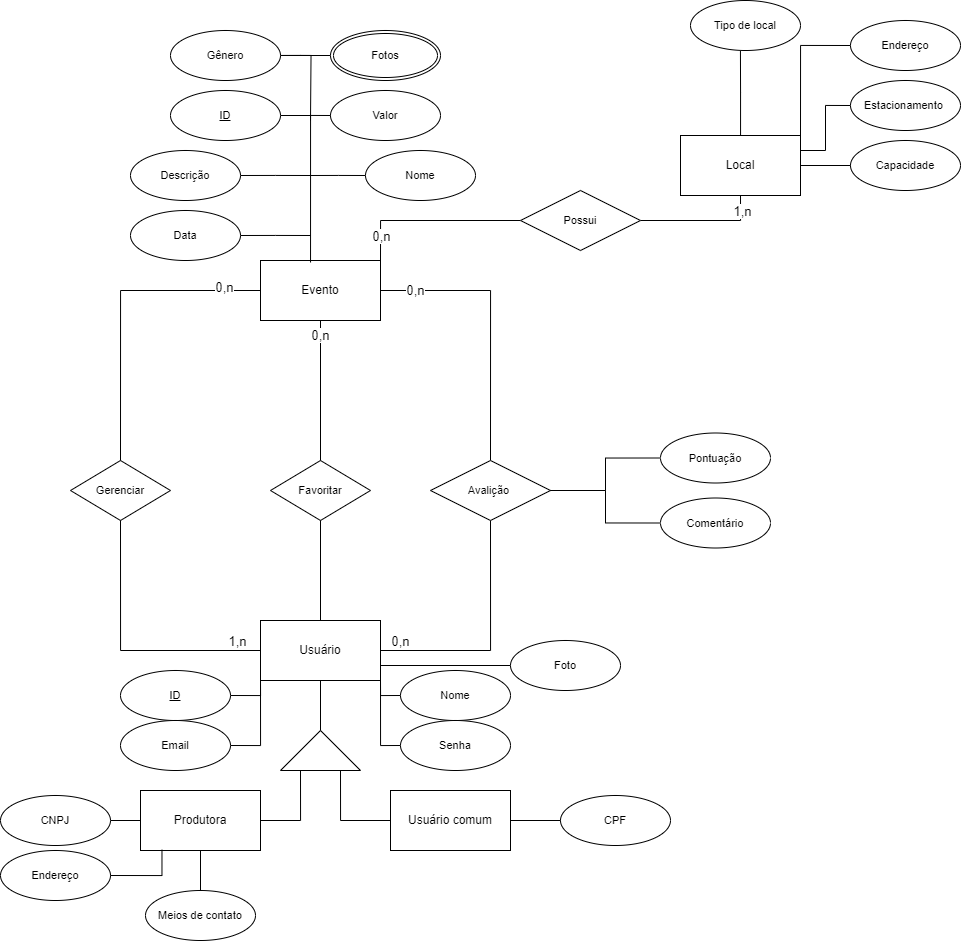
Above: doc/der/Diagrama_entidade-relacionamento.png in gigigabytes/vumbora_ (draw.io), before the change. Source tidied: cells renumbered, new cells last; positions are measured from the earlier drawing's top-left corner, leaving out a move shared by most shapes.
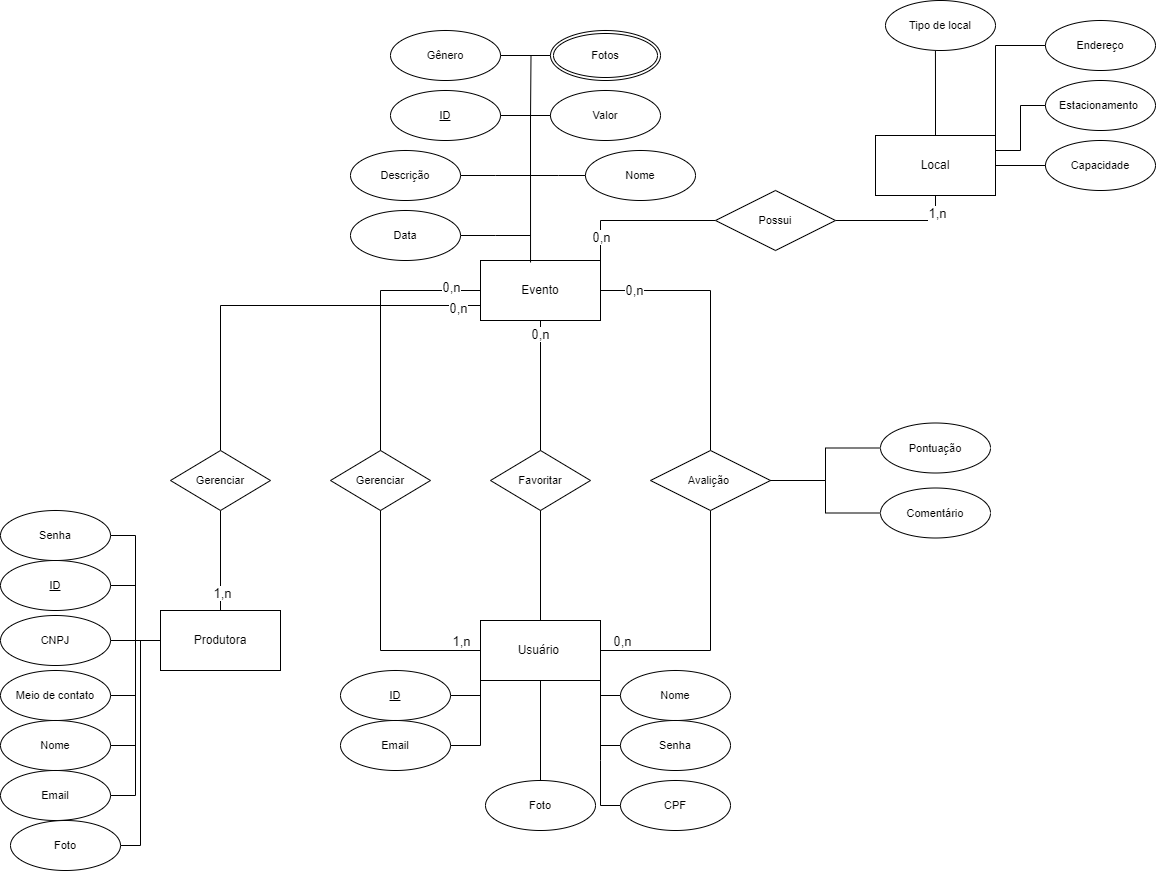
After the commit.

Change to the diagram source:
```diff
@@ -5,3 +5,3 @@
     <mxCell id="2" value="Gerenciar" style="rhombus;whiteSpace=wrap;html=1;fontFamily=Helvetica;fontSize=11;fontColor=default;" parent="1" vertex="1">
-      <mxGeometry x="70" y="460" width="100" height="60" as="geometry" />
+      <mxGeometry x="110" y="450" width="100" height="60" as="geometry" />
     </mxCell>
@@ -11,22 +11,4 @@
     <mxCell id="4" value="Favoritar" style="rhombus;whiteSpace=wrap;html=1;fontFamily=Helvetica;fontSize=11;fontColor=default;" parent="1" vertex="1">
-      <mxGeometry x="270" y="460" width="100" height="60" as="geometry" />
+      <mxGeometry x="270" y="450" width="100" height="60" as="geometry" />
     </mxCell>
-    <mxCell id="5" value="Produtora" style="rounded=0;whiteSpace=wrap;html=1;" parent="1" vertex="1">
-      <mxGeometry x="140" y="790" width="120" height="60" as="geometry" />
-    </mxCell>
-    <mxCell id="6" style="edgeStyle=orthogonalEdgeStyle;shape=connector;rounded=0;jettySize=auto;html=1;exitX=0;exitY=0.5;exitDx=0;exitDy=0;entryX=0;entryY=0.75;entryDx=0;entryDy=0;labelBackgroundColor=default;strokeColor=default;align=center;verticalAlign=middle;fontFamily=Helvetica;fontSize=11;fontColor=default;endArrow=none;endFill=0;" parent="1" edge="1" source="7" target="9">
-      <mxGeometry relative="1" as="geometry" />
-    </mxCell>
-    <mxCell id="7" value="Usuário comum" style="rounded=0;whiteSpace=wrap;html=1;" parent="1" vertex="1">
-      <mxGeometry x="390" y="790" width="120" height="60" as="geometry" />
-    </mxCell>
-    <mxCell id="8" style="edgeStyle=orthogonalEdgeStyle;shape=connector;rounded=0;jettySize=auto;html=1;exitX=0;exitY=0.25;exitDx=0;exitDy=0;entryX=1;entryY=0.5;entryDx=0;entryDy=0;labelBackgroundColor=default;strokeColor=default;align=center;verticalAlign=middle;fontFamily=Helvetica;fontSize=11;fontColor=default;endArrow=none;endFill=0;" parent="1" edge="1" source="9" target="5">
-      <mxGeometry relative="1" as="geometry" />
-    </mxCell>
-    <mxCell id="9" style="triangle;whiteSpace=wrap;html=1;fontFamily=Helvetica;fontSize=11;fontColor=default;rotation=-90;" parent="1" vertex="1">
-      <mxGeometry x="300" y="710" width="40" height="80" as="geometry" />
-    </mxCell>
-    <mxCell id="10" style="edgeStyle=orthogonalEdgeStyle;shape=connector;rounded=0;jettySize=auto;html=1;entryX=1;entryY=0.5;entryDx=0;entryDy=0;labelBackgroundColor=default;strokeColor=default;align=center;verticalAlign=middle;fontFamily=Helvetica;fontSize=11;fontColor=default;endArrow=none;endFill=0;" parent="1" edge="1" source="15" target="9">
-      <mxGeometry relative="1" as="geometry" />
-    </mxCell>
     <mxCell id="11" style="edgeStyle=orthogonalEdgeStyle;shape=connector;rounded=0;jettySize=auto;html=1;exitX=1;exitY=0.5;exitDx=0;exitDy=0;entryX=0.5;entryY=1;entryDx=0;entryDy=0;labelBackgroundColor=default;strokeColor=default;align=center;verticalAlign=middle;fontFamily=Helvetica;fontSize=11;fontColor=default;endArrow=none;endFill=0;" parent="1" edge="1" source="15" target="46">
@@ -47,3 +29,3 @@
     </mxCell>
-    <mxCell id="15" value="Usuário" style="rounded=0;whiteSpace=wrap;html=1;" parent="1" vertex="1">
+    <mxCell id="15" value="Usuário&amp;nbsp;" style="rounded=0;whiteSpace=wrap;html=1;" parent="1" vertex="1">
       <mxGeometry x="260" y="620" width="120" height="60" as="geometry" />
@@ -76,2 +58,8 @@
     </mxCell>
+    <mxCell id="75" style="edgeStyle=orthogonalEdgeStyle;shape=connector;rounded=0;jettySize=auto;html=1;exitX=0;exitY=0.75;exitDx=0;exitDy=0;entryX=0.5;entryY=0;entryDx=0;entryDy=0;labelBackgroundColor=default;strokeColor=default;align=center;verticalAlign=middle;fontFamily=Helvetica;fontSize=11;fontColor=default;endArrow=none;endFill=0;" parent="1" edge="1" source="24" target="91">
+      <mxGeometry relative="1" as="geometry" />
+    </mxCell>
+    <mxCell id="76" value="&lt;font style=&quot;font-size: 13px;&quot;&gt;0,n&lt;/font&gt;" style="edgeLabel;html=1;align=center;verticalAlign=middle;fontSize=11;fontFamily=Helvetica;fontColor=default;" parent="75" vertex="1">
+      <mxGeometry x="-0.88" y="2" relative="1" as="geometry" />
+    </mxCell>
     <mxCell id="24" value="Evento" style="rounded=0;whiteSpace=wrap;html=1;" parent="1" vertex="1">
@@ -79,3 +67,3 @@
     </mxCell>
-    <mxCell id="25" style="edgeStyle=orthogonalEdgeStyle;shape=connector;rounded=0;jettySize=auto;html=1;entryX=0;entryY=0.5;entryDx=0;entryDy=0;labelBackgroundColor=default;strokeColor=default;align=center;verticalAlign=middle;fontFamily=Helvetica;fontSize=11;fontColor=default;endArrow=none;endFill=0;" parent="1" edge="1" source="26" target="5">
+    <mxCell id="25" style="edgeStyle=orthogonalEdgeStyle;rounded=0;jettySize=auto;html=1;exitX=1;exitY=0.5;exitDx=0;exitDy=0;entryX=0;entryY=0.5;entryDx=0;entryDy=0;endArrow=none;endFill=0;" parent="1" edge="1" source="26" target="5">
       <mxGeometry relative="1" as="geometry" />
@@ -83,3 +71,3 @@
     <mxCell id="26" value="CNPJ" style="ellipse;whiteSpace=wrap;html=1;fontFamily=Helvetica;fontSize=11;fontColor=default;" parent="1" vertex="1">
-      <mxGeometry y="795" width="110" height="50" as="geometry" />
+      <mxGeometry x="-220" y="615" width="110" height="50" as="geometry" />
     </mxCell>
@@ -109,7 +97,9 @@
     </mxCell>
-    <mxCell id="35" style="edgeStyle=orthogonalEdgeStyle;shape=connector;rounded=0;jettySize=auto;html=1;entryX=1;entryY=0.5;entryDx=0;entryDy=0;labelBackgroundColor=default;strokeColor=default;align=center;verticalAlign=middle;fontFamily=Helvetica;fontSize=11;fontColor=default;endArrow=none;endFill=0;" parent="1" edge="1" source="36" target="7">
-      <mxGeometry relative="1" as="geometry" />
-    </mxCell>
+    <mxCell id="77" style="edgeStyle=orthogonalEdgeStyle;shape=connector;rounded=0;jettySize=auto;html=1;exitX=0;exitY=0.5;exitDx=0;exitDy=0;labelBackgroundColor=default;strokeColor=default;align=center;verticalAlign=middle;fontFamily=Helvetica;fontSize=11;fontColor=default;endArrow=none;endFill=0;" parent="1" edge="1" source="36">
+      <mxGeometry relative="1" as="geometry">
+        <mxPoint x="380" y="740" as="targetPoint" />
+      </mxGeometry>
+    </mxCell>
     <mxCell id="36" value="CPF" style="ellipse;whiteSpace=wrap;html=1;fontFamily=Helvetica;fontSize=11;fontColor=default;" parent="1" vertex="1">
-      <mxGeometry x="560" y="795" width="110" height="50" as="geometry" />
+      <mxGeometry x="400" y="780" width="110" height="50" as="geometry" />
     </mxCell>
@@ -151,3 +141,3 @@
     <mxCell id="46" value="Avalição&amp;nbsp;" style="rhombus;whiteSpace=wrap;html=1;fontFamily=Helvetica;fontSize=11;fontColor=default;" parent="1" vertex="1">
-      <mxGeometry x="430" y="460" width="120" height="60" as="geometry" />
+      <mxGeometry x="430" y="450" width="120" height="60" as="geometry" />
     </mxCell>
@@ -157,3 +147,3 @@
     <mxCell id="48" value="Pontuação" style="ellipse;whiteSpace=wrap;html=1;fontFamily=Helvetica;fontSize=11;fontColor=default;" parent="1" vertex="1">
-      <mxGeometry x="660" y="432.5" width="110" height="50" as="geometry" />
+      <mxGeometry x="660" y="422.5" width="110" height="50" as="geometry" />
     </mxCell>
@@ -163,3 +153,3 @@
     <mxCell id="50" value="Comentário" style="ellipse;whiteSpace=wrap;html=1;fontFamily=Helvetica;fontSize=11;fontColor=default;" parent="1" vertex="1">
-      <mxGeometry x="660" y="497.5" width="110" height="50" as="geometry" />
+      <mxGeometry x="660" y="487.5" width="110" height="50" as="geometry" />
     </mxCell>
@@ -169,6 +159,6 @@
     <mxCell id="52" value="Local" style="rounded=0;whiteSpace=wrap;html=1;" parent="1" vertex="1">
-      <mxGeometry x="680" y="135" width="120" height="60" as="geometry" />
+      <mxGeometry x="655" y="135" width="120" height="60" as="geometry" />
     </mxCell>
     <mxCell id="53" value="Capacidade" style="ellipse;whiteSpace=wrap;html=1;fontFamily=Helvetica;fontSize=11;fontColor=default;" parent="1" vertex="1">
-      <mxGeometry x="850" y="140" width="110" height="50" as="geometry" />
+      <mxGeometry x="825" y="140" width="110" height="50" as="geometry" />
     </mxCell>
@@ -181,3 +171,3 @@
     <mxCell id="56" value="Possui" style="rhombus;whiteSpace=wrap;html=1;fontFamily=Helvetica;fontSize=11;fontColor=default;" parent="1" vertex="1">
-      <mxGeometry x="520" y="190" width="120" height="60" as="geometry" />
+      <mxGeometry x="495" y="190" width="120" height="60" as="geometry" />
     </mxCell>
@@ -190,3 +180,3 @@
     <mxCell id="59" value="Estacionamento&amp;nbsp;" style="ellipse;whiteSpace=wrap;html=1;fontFamily=Helvetica;fontSize=11;fontColor=default;" parent="1" vertex="1">
-      <mxGeometry x="850" y="80" width="110" height="50" as="geometry" />
+      <mxGeometry x="825" y="80" width="110" height="50" as="geometry" />
     </mxCell>
@@ -202,6 +192,6 @@
     <mxCell id="62" value="Endereço" style="ellipse;whiteSpace=wrap;html=1;fontFamily=Helvetica;fontSize=11;fontColor=default;" parent="1" vertex="1">
-      <mxGeometry x="850" y="20" width="110" height="50" as="geometry" />
+      <mxGeometry x="825" y="20" width="110" height="50" as="geometry" />
     </mxCell>
     <mxCell id="63" value="Tipo de local" style="ellipse;whiteSpace=wrap;html=1;fontFamily=Helvetica;fontSize=11;fontColor=default;" parent="1" vertex="1">
-      <mxGeometry x="690" width="110" height="50" as="geometry" />
+      <mxGeometry x="665" width="110" height="50" as="geometry" />
     </mxCell>
@@ -210,15 +200,9 @@
     </mxCell>
-    <mxCell id="65" value="Endereço" style="ellipse;whiteSpace=wrap;html=1;fontFamily=Helvetica;fontSize=11;fontColor=default;" parent="1" vertex="1">
-      <mxGeometry y="850" width="110" height="50" as="geometry" />
-    </mxCell>
-    <mxCell id="66" style="edgeStyle=orthogonalEdgeStyle;shape=connector;rounded=0;jettySize=auto;html=1;exitX=0.5;exitY=0;exitDx=0;exitDy=0;labelBackgroundColor=default;strokeColor=default;align=center;verticalAlign=middle;fontFamily=Helvetica;fontSize=11;fontColor=default;endArrow=none;endFill=0;" parent="1" edge="1" source="67" target="5">
+    <mxCell id="66" style="edgeStyle=orthogonalEdgeStyle;shape=connector;rounded=0;jettySize=auto;html=1;exitX=1;exitY=0.5;exitDx=0;exitDy=0;entryX=0;entryY=0.5;entryDx=0;entryDy=0;labelBackgroundColor=default;strokeColor=default;align=center;verticalAlign=middle;fontFamily=Helvetica;fontSize=11;fontColor=default;endArrow=none;endFill=0;" parent="1" edge="1" source="67" target="5">
       <mxGeometry relative="1" as="geometry" />
     </mxCell>
-    <mxCell id="67" value="Meios de contato" style="ellipse;whiteSpace=wrap;html=1;fontFamily=Helvetica;fontSize=11;fontColor=default;" parent="1" vertex="1">
-      <mxGeometry x="145" y="890" width="110" height="50" as="geometry" />
+    <mxCell id="67" value="Meio de contato" style="ellipse;whiteSpace=wrap;html=1;fontFamily=Helvetica;fontSize=11;fontColor=default;" parent="1" vertex="1">
+      <mxGeometry x="-220" y="670" width="110" height="50" as="geometry" />
     </mxCell>
-    <mxCell id="68" style="edgeStyle=orthogonalEdgeStyle;shape=connector;rounded=0;jettySize=auto;html=1;exitX=1;exitY=0.5;exitDx=0;exitDy=0;entryX=0.179;entryY=0.988;entryDx=0;entryDy=0;entryPerimeter=0;labelBackgroundColor=default;strokeColor=default;align=center;verticalAlign=middle;fontFamily=Helvetica;fontSize=11;fontColor=default;endArrow=none;endFill=0;" parent="1" edge="1" source="65" target="5">
-      <mxGeometry relative="1" as="geometry" />
-    </mxCell>
-    <mxCell id="69" style="edgeStyle=orthogonalEdgeStyle;shape=connector;rounded=0;jettySize=auto;html=1;exitX=0;exitY=0.5;exitDx=0;exitDy=0;entryX=1;entryY=0.75;entryDx=0;entryDy=0;labelBackgroundColor=default;strokeColor=default;align=center;verticalAlign=middle;fontFamily=Helvetica;fontSize=11;fontColor=default;endArrow=none;endFill=0;" parent="1" edge="1" source="70" target="15">
+    <mxCell id="69" style="edgeStyle=orthogonalEdgeStyle;shape=connector;rounded=0;jettySize=auto;html=1;labelBackgroundColor=default;strokeColor=default;align=center;verticalAlign=middle;fontFamily=Helvetica;fontSize=11;fontColor=default;endArrow=none;endFill=0;" parent="1" edge="1" source="70" target="15">
       <mxGeometry relative="1" as="geometry" />
@@ -226,3 +210,3 @@
     <mxCell id="70" value="Foto" style="ellipse;whiteSpace=wrap;html=1;fontFamily=Helvetica;fontSize=11;fontColor=default;" parent="1" vertex="1">
-      <mxGeometry x="510" y="640" width="110" height="50" as="geometry" />
+      <mxGeometry x="265" y="780" width="110" height="50" as="geometry" />
     </mxCell>
@@ -244,2 +228,49 @@
     </mxCell>
+    <mxCell id="5" value="Produtora" style="rounded=0;whiteSpace=wrap;html=1;" parent="1" vertex="1">
+      <mxGeometry x="-60" y="610" width="120" height="60" as="geometry" />
+    </mxCell>
+    <mxCell id="78" style="edgeStyle=orthogonalEdgeStyle;rounded=0;orthogonalLoop=1;jettySize=auto;html=1;exitX=0.5;exitY=1;exitDx=0;exitDy=0;" parent="1" edge="1" source="26" target="26">
+      <mxGeometry relative="1" as="geometry" />
+    </mxCell>
+    <mxCell id="79" style="edgeStyle=orthogonalEdgeStyle;shape=connector;rounded=0;jettySize=auto;html=1;exitX=1;exitY=0.5;exitDx=0;exitDy=0;entryX=0;entryY=0.5;entryDx=0;entryDy=0;labelBackgroundColor=default;strokeColor=default;align=center;verticalAlign=middle;fontFamily=Helvetica;fontSize=11;fontColor=default;endArrow=none;endFill=0;" parent="1" edge="1" source="80" target="5">
+      <mxGeometry relative="1" as="geometry" />
+    </mxCell>
+    <mxCell id="80" value="&lt;u&gt;ID&lt;/u&gt;" style="ellipse;whiteSpace=wrap;html=1;fontFamily=Helvetica;fontSize=11;fontColor=default;" parent="1" vertex="1">
+      <mxGeometry x="-220" y="560" width="110" height="50" as="geometry" />
+    </mxCell>
+    <mxCell id="81" style="edgeStyle=orthogonalEdgeStyle;shape=connector;rounded=0;jettySize=auto;html=1;exitX=1;exitY=0.5;exitDx=0;exitDy=0;entryX=0;entryY=0.5;entryDx=0;entryDy=0;labelBackgroundColor=default;strokeColor=default;align=center;verticalAlign=middle;fontFamily=Helvetica;fontSize=11;fontColor=default;endArrow=none;endFill=0;" parent="1" edge="1" source="82" target="5">
+      <mxGeometry relative="1" as="geometry" />
+    </mxCell>
+    <mxCell id="82" value="Senha" style="ellipse;whiteSpace=wrap;html=1;fontFamily=Helvetica;fontSize=11;fontColor=default;" parent="1" vertex="1">
+      <mxGeometry x="-220" y="510" width="110" height="50" as="geometry" />
+    </mxCell>
+    <mxCell id="83" style="edgeStyle=orthogonalEdgeStyle;shape=connector;rounded=0;jettySize=auto;html=1;exitX=1;exitY=0.5;exitDx=0;exitDy=0;entryX=0;entryY=0.5;entryDx=0;entryDy=0;labelBackgroundColor=default;strokeColor=default;align=center;verticalAlign=middle;fontFamily=Helvetica;fontSize=11;fontColor=default;endArrow=none;endFill=0;" parent="1" edge="1" source="84" target="5">
+      <mxGeometry relative="1" as="geometry" />
+    </mxCell>
+    <mxCell id="84" value="Nome" style="ellipse;whiteSpace=wrap;html=1;fontFamily=Helvetica;fontSize=11;fontColor=default;" parent="1" vertex="1">
+      <mxGeometry x="-220" y="720" width="110" height="50" as="geometry" />
+    </mxCell>
+    <mxCell id="85" style="edgeStyle=orthogonalEdgeStyle;shape=connector;rounded=0;jettySize=auto;html=1;exitX=1;exitY=0.5;exitDx=0;exitDy=0;entryX=0;entryY=0.5;entryDx=0;entryDy=0;labelBackgroundColor=default;strokeColor=default;align=center;verticalAlign=middle;fontFamily=Helvetica;fontSize=11;fontColor=default;endArrow=none;endFill=0;" parent="1" edge="1" source="86" target="5">
+      <mxGeometry relative="1" as="geometry" />
+    </mxCell>
+    <mxCell id="86" value="Email" style="ellipse;whiteSpace=wrap;html=1;fontFamily=Helvetica;fontSize=11;fontColor=default;" parent="1" vertex="1">
+      <mxGeometry x="-220" y="770" width="110" height="50" as="geometry" />
+    </mxCell>
+    <mxCell id="87" style="edgeStyle=orthogonalEdgeStyle;shape=connector;rounded=0;jettySize=auto;html=1;entryX=0;entryY=0.5;entryDx=0;entryDy=0;labelBackgroundColor=default;strokeColor=default;align=center;verticalAlign=middle;fontFamily=Helvetica;fontSize=11;fontColor=default;endArrow=none;endFill=0;" parent="1" edge="1" source="88" target="5">
+      <mxGeometry relative="1" as="geometry" />
+    </mxCell>
+    <mxCell id="88" value="Foto" style="ellipse;whiteSpace=wrap;html=1;fontFamily=Helvetica;fontSize=11;fontColor=default;" parent="1" vertex="1">
+      <mxGeometry x="-210" y="820" width="110" height="50" as="geometry" />
+    </mxCell>
+    <mxCell id="89" style="edgeStyle=orthogonalEdgeStyle;shape=connector;rounded=0;jettySize=auto;html=1;exitX=0.5;exitY=1;exitDx=0;exitDy=0;entryX=0.5;entryY=0;entryDx=0;entryDy=0;labelBackgroundColor=default;strokeColor=default;align=center;verticalAlign=middle;fontFamily=Helvetica;fontSize=11;fontColor=default;endArrow=none;endFill=0;" parent="1" edge="1" source="91" target="5">
+      <mxGeometry relative="1" as="geometry" />
+    </mxCell>
+    <mxCell id="90" value="&lt;font style=&quot;font-size: 13px;&quot;&gt;1,n&lt;/font&gt;" style="edgeLabel;html=1;align=center;verticalAlign=middle;fontSize=11;fontFamily=Helvetica;fontColor=default;" parent="89" vertex="1">
+      <mxGeometry x="0.66" y="1" relative="1" as="geometry">
+        <mxPoint y="-1" as="offset" />
+      </mxGeometry>
+    </mxCell>
+    <mxCell id="91" value="Gerenciar" style="rhombus;whiteSpace=wrap;html=1;fontFamily=Helvetica;fontSize=11;fontColor=default;" parent="1" vertex="1">
+      <mxGeometry x="-50" y="450" width="100" height="60" as="geometry" />
+    </mxCell>
   </root>
```
